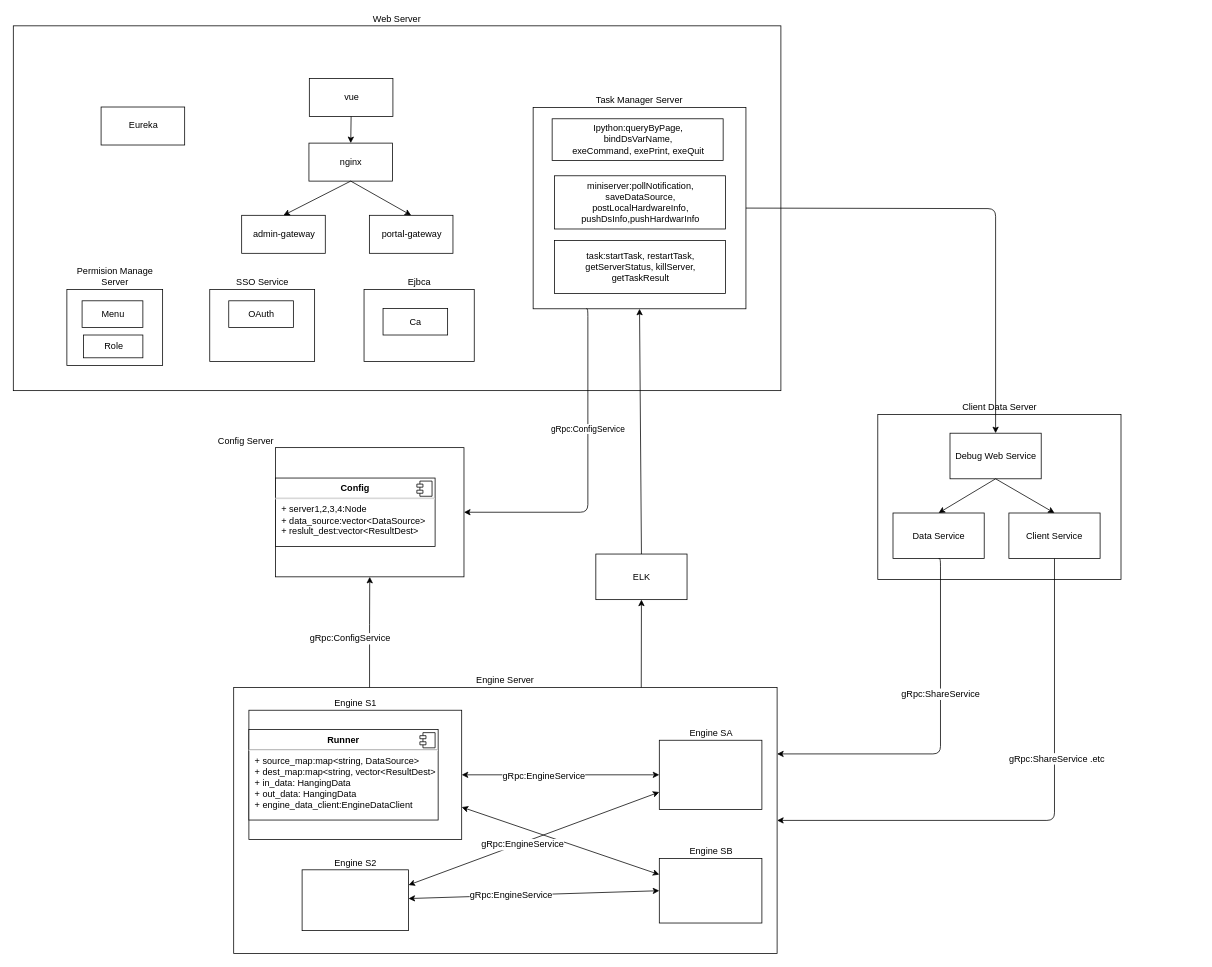
yankaili2006/wiki keeps this draw.io diagram as privpy.drawio. Above is the earlier version. Source tidied: cells renumbered, new cells numbered last; positions are measured from the earlier drawing's top-left corner, leaving out a move shared by most shapes. Both pictures are drawn from the tidied source at 76%, with x=0, y=0 at pixel (13, 26).
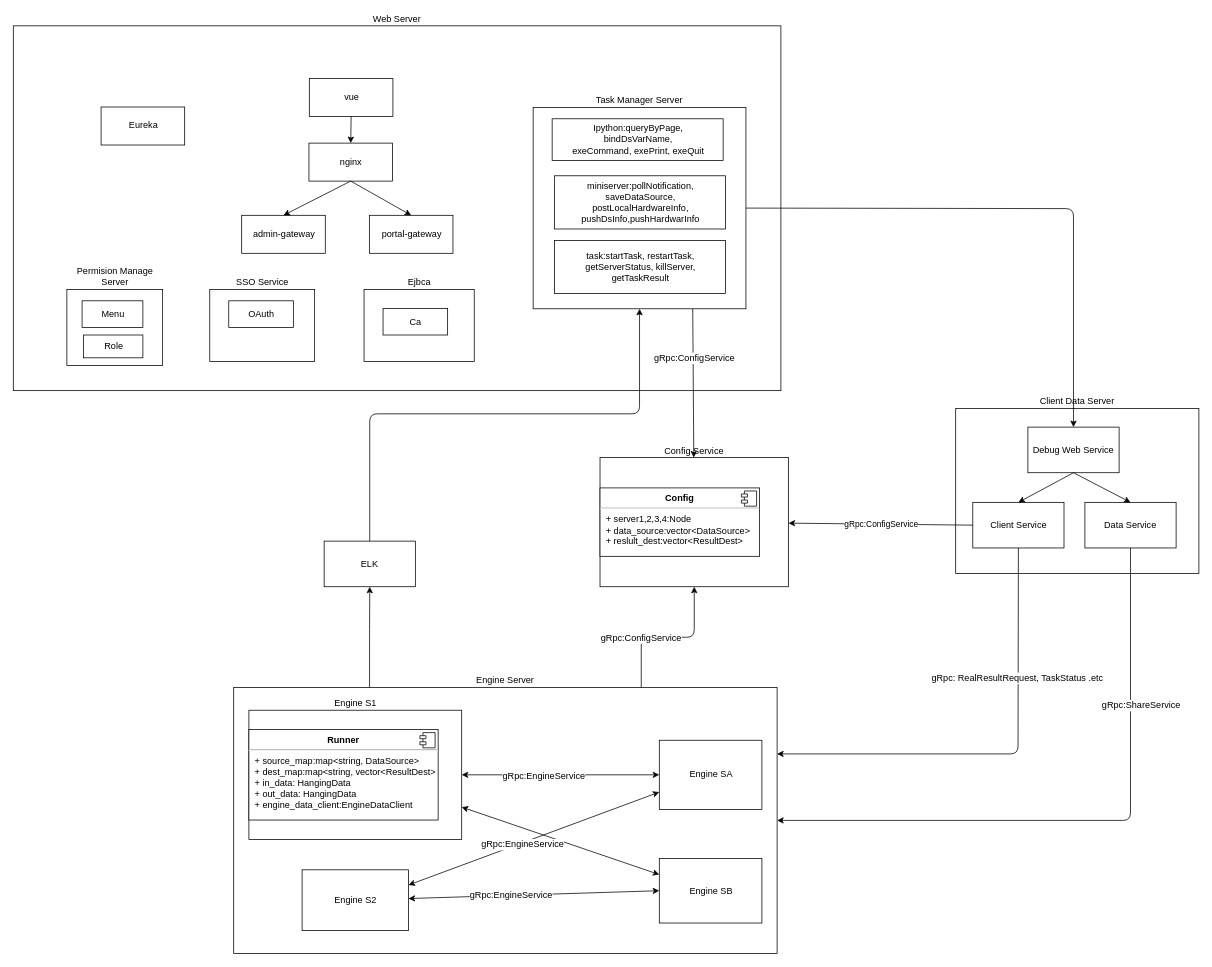
The same page after the edit.

The change refers to these unchanged cells:
```xml
<mxCell id="3" value="Task Manager Server" style="whiteSpace=wrap;html=1;align=center;labelPosition=center;verticalLabelPosition=top;verticalAlign=bottom;" parent="2" vertex="1">
  <mxGeometry x="684" y="107.3" width="280" height="265" as="geometry" />
</mxCell>
<mxCell id="22" value="Engine Server" style="whiteSpace=wrap;html=1;align=center;labelPosition=center;verticalLabelPosition=top;verticalAlign=bottom;" parent="1" vertex="1">
  <mxGeometry x="290" y="870" width="715" height="350" as="geometry" />
</mxCell>
<mxCell id="40" value="Debug Web Service" style="whiteSpace=wrap;html=1;align=center;" parent="39" vertex="1">
  <mxGeometry x="95" y="24.5" width="120" height="60" as="geometry" />
</mxCell>
```

What changed in the source:
```diff
@@
-    <mxCell id="24" value="Engine SA&lt;br&gt;" style="html=1;labelPosition=center;verticalLabelPosition=top;align=center;verticalAlign=bottom;" parent="22" vertex="1">
+    <mxCell id="24" value="Engine SA&lt;br&gt;" style="html=1;labelPosition=center;verticalLabelPosition=middle;align=center;verticalAlign=middle;" parent="22" vertex="1">
       <mxGeometry x="560" y="69.5" width="135" height="91" as="geometry" />
     </mxCell>
@@
-    <mxCell id="29" value="Engine SB&lt;br&gt;" style="html=1;labelPosition=center;verticalLabelPosition=top;align=center;verticalAlign=bottom;" parent="22" vertex="1">
+    <mxCell id="29" value="Engine SB&lt;br&gt;" style="html=1;labelPosition=center;verticalLabelPosition=middle;align=center;verticalAlign=middle;" parent="22" vertex="1">
       <mxGeometry x="560" y="225" width="135" height="85" as="geometry" />
     </mxCell>
@@
-    <mxCell id="31" value="Engine S2&lt;br&gt;" style="html=1;labelPosition=center;verticalLabelPosition=top;align=center;verticalAlign=bottom;" parent="22" vertex="1">
+    <mxCell id="31" value="Engine S2&lt;br&gt;" style="html=1;labelPosition=center;verticalLabelPosition=middle;align=center;verticalAlign=middle;" parent="22" vertex="1">
       <mxGeometry x="90" y="240" width="140" height="80" as="geometry" />
     </mxCell>
@@
-    <mxCell id="36" value="Config Server" style="whiteSpace=wrap;html=1;align=right;labelPosition=left;verticalLabelPosition=top;verticalAlign=bottom;" parent="1" vertex="1">
-      <mxGeometry x="345" y="554.5" width="248" height="170" as="geometry" />
+    <mxCell id="36" value="Config Service" style="whiteSpace=wrap;html=1;align=center;labelPosition=center;verticalLabelPosition=top;verticalAlign=bottom;" parent="1" vertex="1">
+      <mxGeometry x="772" y="567.5" width="248" height="170" as="geometry" />
     </mxCell>
@@
     <mxCell id="39" value="Client Data Server" style="whiteSpace=wrap;html=1;align=center;labelPosition=center;verticalLabelPosition=top;verticalAlign=bottom;" parent="1" vertex="1">
-      <mxGeometry x="1137.5" y="511" width="320" height="217" as="geometry" />
+      <mxGeometry x="1240" y="503" width="320" height="217" as="geometry" />
     </mxCell>
@@
     <mxCell id="41" value="Client Service" style="whiteSpace=wrap;html=1;align=center;labelPosition=center;verticalLabelPosition=middle;verticalAlign=middle;" parent="39" vertex="1">
-      <mxGeometry x="172.5" y="129.5" width="120" height="60" as="geometry" />
+      <mxGeometry x="22.5" y="123.5" width="120" height="60" as="geometry" />
     </mxCell>
-    <mxCell id="42" style="endArrow=classic;html=1;entryX=0.5;entryY=0;entryDx=0;entryDy=0;exitX=0.5;exitY=1;exitDx=0;exitDy=0;" parent="39" edge="1" source="40" target="44">
-      <mxGeometry relative="1" as="geometry" />
-    </mxCell>
@@
     <mxCell id="44" value="Data Service" style="whiteSpace=wrap;html=1;align=center;labelPosition=center;verticalLabelPosition=middle;verticalAlign=middle;" parent="39" vertex="1">
-      <mxGeometry x="20" y="129.5" width="120" height="60" as="geometry" />
+      <mxGeometry x="170" y="123.5" width="120" height="60" as="geometry" />
     </mxCell>
-    <mxCell id="45" value="gRpc:ConfigService&lt;br&gt;" style="edgeStyle=elbowEdgeStyle;elbow=horizontal;endArrow=classic;html=1;entryX=1;entryY=0.5;entryDx=0;entryDy=0;exitX=0.25;exitY=1;exitDx=0;exitDy=0;" parent="1" edge="1" source="3" target="36">
-      <mxGeometry x="-0.26" relative="1" as="geometry">
-        <Array as="points">
-          <mxPoint x="756" y="510" />
-        </Array>
-      </mxGeometry>
-    </mxCell>
+    <mxCell id="42" style="endArrow=classic;html=1;entryX=0.5;entryY=0;entryDx=0;entryDy=0;exitX=0.5;exitY=1;exitDx=0;exitDy=0;" parent="39" edge="1" source="40" target="44">
+      <mxGeometry relative="1" as="geometry" />
+    </mxCell>
     <mxCell id="46" value="ELK" style="whiteSpace=wrap;html=1;align=center;" parent="1" vertex="1">
-      <mxGeometry x="766.5" y="694.5" width="120" height="60" as="geometry" />
+      <mxGeometry x="409" y="677.5" width="120" height="60" as="geometry" />
     </mxCell>
-    <mxCell id="47" style="endArrow=classic;html=1;entryX=0.5;entryY=1;entryDx=0;entryDy=0;exitX=0.75;exitY=0;exitDx=0;exitDy=0;" parent="1" edge="1" source="22" target="46">
-      <mxGeometry relative="1" as="geometry" />
-    </mxCell>
-    <mxCell id="48" style="endArrow=classic;html=1;exitX=0.5;exitY=0;exitDx=0;exitDy=0;entryX=0.5;entryY=1;entryDx=0;entryDy=0;" parent="1" edge="1" source="46" target="3">
-      <mxGeometry relative="1" as="geometry" />
-    </mxCell>
-    <mxCell id="49" style="edgeStyle=elbowEdgeStyle;elbow=horizontal;endArrow=classic;html=1;exitX=0.5;exitY=1;exitDx=0;exitDy=0;" parent="1" edge="1" source="41" target="22">
-      <mxGeometry relative="1" as="geometry">
-        <Array as="points">
-          <mxPoint x="1370" y="850" />
-        </Array>
-      </mxGeometry>
-    </mxCell>
-    <mxCell id="50" value="gRpc:ShareService .etc" style="text;html=1;align=center;verticalAlign=middle;labelBackgroundColor=#ffffff;" parent="49" vertex="1">
-      <mxGeometry x="-0.26" y="2" relative="1" as="geometry" />
-    </mxCell>
-    <mxCell id="51" style="edgeStyle=elbowEdgeStyle;elbow=horizontal;endArrow=classic;html=1;exitX=0.5;exitY=1;exitDx=0;exitDy=0;entryX=1;entryY=0.25;entryDx=0;entryDy=0;" parent="1" edge="1" source="44" target="22">
+    <mxCell id="51" style="edgeStyle=elbowEdgeStyle;elbow=horizontal;endArrow=classic;html=1;exitX=0.5;exitY=1;exitDx=0;exitDy=0;entryX=1;entryY=0.5;entryDx=0;entryDy=0;" parent="1" edge="1" source="44" target="22">
       <mxGeometry relative="1" as="geometry">
         <Array as="points">
-          <mxPoint x="1220" y="820" />
+          <mxPoint x="1470" y="800" />
         </Array>
       </mxGeometry>
     </mxCell>
     <mxCell id="52" value="gRpc:ShareService" style="text;html=1;align=center;verticalAlign=middle;labelBackgroundColor=#ffffff;" parent="51" vertex="1">
-      <mxGeometry x="-0.24" y="-1" relative="1" as="geometry" />
+      <mxGeometry x="-0.24" y="-1" relative="1" as="geometry">
+        <mxPoint x="14" y="-106" as="offset" />
+      </mxGeometry>
     </mxCell>
@@
-    <mxCell id="54" style="edgeStyle=elbowEdgeStyle;elbow=vertical;endArrow=classic;html=1;entryX=0.5;entryY=1;entryDx=0;entryDy=0;exitX=0.25;exitY=0;exitDx=0;exitDy=0;" parent="1" edge="1" source="22" target="36">
+    <mxCell id="54" style="edgeStyle=elbowEdgeStyle;elbow=vertical;endArrow=classic;html=1;entryX=0.5;entryY=1;entryDx=0;entryDy=0;exitX=0.75;exitY=0;exitDx=0;exitDy=0;" parent="1" edge="1" source="22" target="36">
       <mxGeometry relative="1" as="geometry" />
     </mxCell>
     <mxCell id="55" value="&lt;span&gt;gRpc:ConfigService&lt;/span&gt;" style="text;html=1;align=center;verticalAlign=middle;labelBackgroundColor=#ffffff;" parent="54" vertex="1">
       <mxGeometry x="-0.28" y="13" relative="1" as="geometry">
-        <mxPoint x="-13" y="-13" as="offset" />
+        <mxPoint x="-7.5" y="13.5" as="offset" />
       </mxGeometry>
     </mxCell>
+    <mxCell id="56" value="gRpc:ConfigService" style="endArrow=classic;html=1;exitX=0;exitY=0.5;exitDx=0;exitDy=0;" parent="1" edge="1" source="41" target="36">
+      <mxGeometry relative="1" as="geometry" />
+    </mxCell>
+    <mxCell id="45" style="endArrow=classic;html=1;exitX=0.75;exitY=1;exitDx=0;exitDy=0;" parent="1" edge="1" source="3" target="36">
+      <mxGeometry relative="1" as="geometry" />
+    </mxCell>
+    <mxCell id="57" value="&lt;span&gt;gRpc:ConfigService&lt;/span&gt;" style="text;html=1;align=center;verticalAlign=middle;labelBackgroundColor=#ffffff;" parent="45" vertex="1">
+      <mxGeometry x="0.17" y="2" relative="1" as="geometry">
+        <mxPoint x="-1" y="-49" as="offset" />
+      </mxGeometry>
+    </mxCell>
+    <mxCell id="49" style="edgeStyle=elbowEdgeStyle;elbow=horizontal;endArrow=classic;html=1;entryX=1;entryY=0.25;entryDx=0;entryDy=0;exitX=0.5;exitY=1;exitDx=0;exitDy=0;" parent="1" edge="1" source="41" target="22">
+      <mxGeometry relative="1" as="geometry">
+        <Array as="points">
+          <mxPoint x="1322" y="810" />
+        </Array>
+      </mxGeometry>
+    </mxCell>
+    <mxCell id="58" value="gRpc: RealResultRequest, TaskStatus .etc" style="text;html=1;align=center;verticalAlign=middle;labelBackgroundColor=#ffffff;" parent="49" vertex="1">
+      <mxGeometry x="-0.42" y="-2" relative="1" as="geometry" />
+    </mxCell>
+    <mxCell id="48" style="edgeStyle=elbowEdgeStyle;elbow=vertical;endArrow=classic;html=1;exitX=0.5;exitY=0;exitDx=0;exitDy=0;" parent="1" edge="1" source="46" target="3">
+      <mxGeometry relative="1" as="geometry">
+        <Array as="points">
+          <mxPoint x="620" y="510" />
+          <mxPoint x="650" y="510" />
+        </Array>
+      </mxGeometry>
+    </mxCell>
+    <mxCell id="47" style="edgeStyle=elbowEdgeStyle;elbow=vertical;endArrow=classic;html=1;entryX=0.5;entryY=1;entryDx=0;entryDy=0;exitX=0.25;exitY=0;exitDx=0;exitDy=0;" parent="1" edge="1" source="22" target="46">
+      <mxGeometry relative="1" as="geometry" />
+    </mxCell>
```
